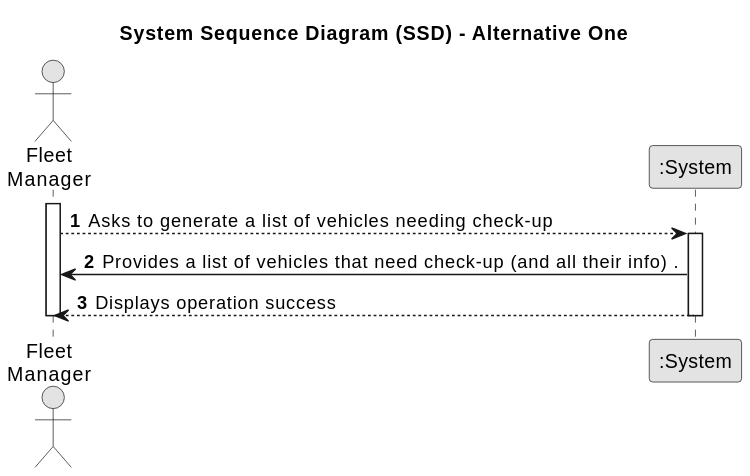
Above: docs/sprintB/us012/01.requirements-engineering/svg/us012-system-sequence-diagram-alternative-one-System_Sequence_Diagram__SSD____Alternative_One.svg in SAEmanuel/Green_Spaces_Management_ISEP (PlantUML), before the change.
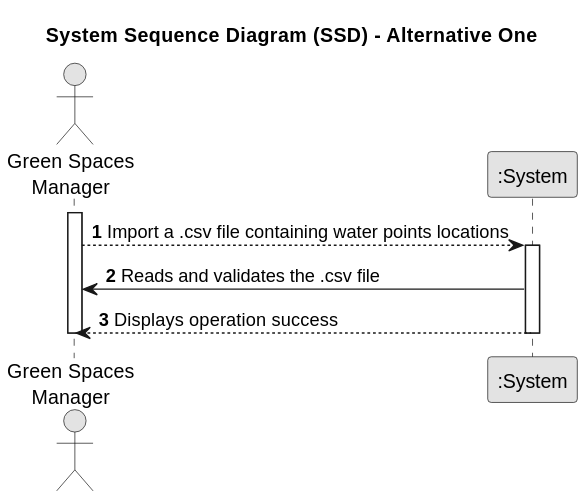
Later version of the same file.

Commit message:
US 012: SSD - Alternative one

The edit, as a diff of the source:
```diff
@@ -7,18 +7,17 @@
 
 autonumber
 
-actor "Fleet\nManager" as FM
+actor "Green Spaces\nManager" as GSM
 participant ":System" as System
 
+        activate GSM
 
-        activate FM
-
-        FM --> System: Asks to generate a list of vehicles needing check-up
+        GSM --> System: Import a .csv file containing water points locations
         activate System
 
-        System -> FM : Provides a list of vehicles that need check-up (and all their info) .
+        System -> GSM : Reads and validates the .csv file
+        System --> GSM : Displays operation success
 
-        System --> FM : Displays operation success
         deactivate System
-        deactivate FM
+        deactivate GSM
 @enduml
```
